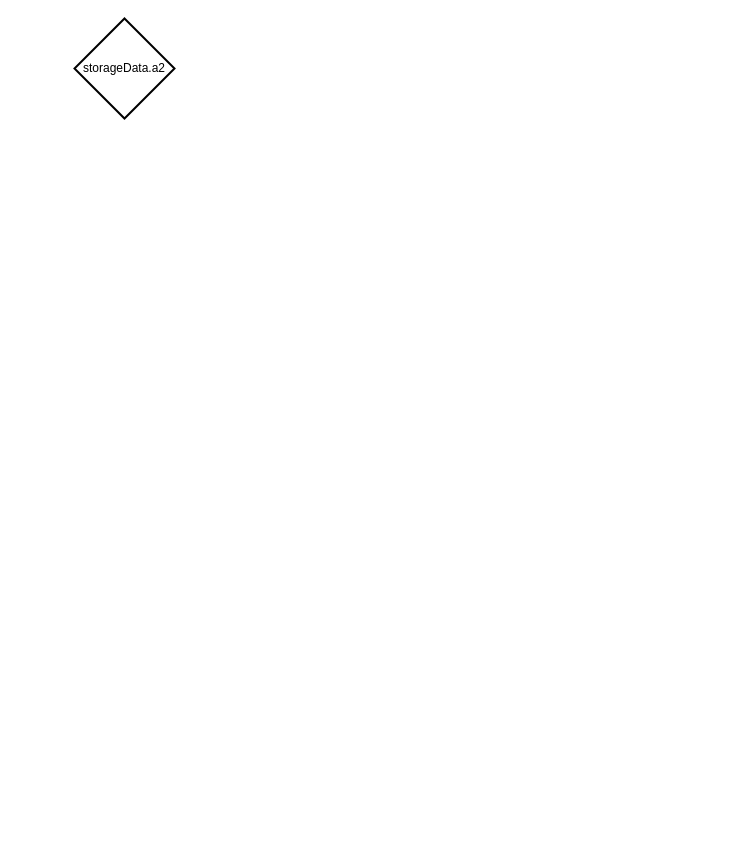
Above: Untitled Diagram.drawio in linjiyeah/flowchart (draw.io), before the change. Source tidied: cells renumbered, new cells numbered last; positions are measured from the earlier drawing's top-left corner, leaving out a move shared by most shapes. Both pictures are drawn from the tidied source at 100%, with x=0, y=0 at pixel (74, 18).
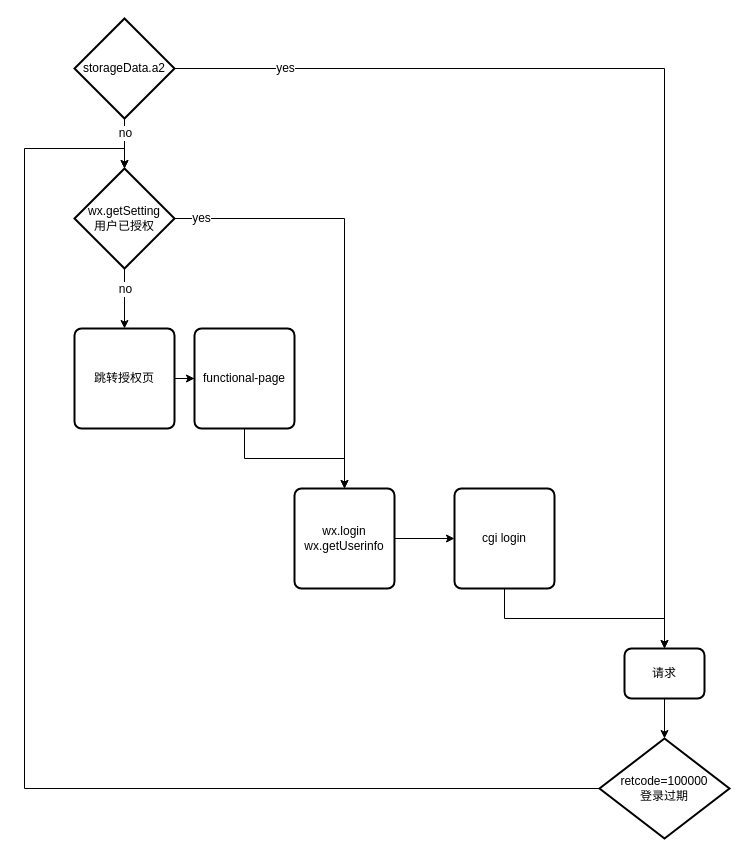
After the change.

The edit, as a diff of the source:
```diff
@@
+    <mxCell id="3" style="edgeStyle=orthogonalEdgeStyle;rounded=0;jettySize=auto;html=1;exitX=1;exitY=0.5;exitDx=0;exitDy=0;exitPerimeter=0;entryX=0.5;entryY=1;entryDx=0;entryDy=0;shadow=0;" parent="1" edge="1" source="2" target="8">
+      <mxGeometry relative="1" as="geometry" />
+    </mxCell>
+    <mxCell id="4" value="yes" style="text;html=1;align=center;verticalAlign=middle;labelBackgroundColor=#ffffff;shadow=0;" parent="3" vertex="1">
+      <mxGeometry x="-0.56" y="1" relative="1" as="geometry">
+        <mxPoint x="-124.5" y="0.5" as="offset" />
+      </mxGeometry>
+    </mxCell>
+    <mxCell id="5" style="edgeStyle=orthogonalEdgeStyle;rounded=0;jettySize=auto;html=1;exitX=0.5;exitY=1;exitDx=0;exitDy=0;exitPerimeter=0;shadow=0;" parent="1" edge="1" source="2" target="13">
+      <mxGeometry relative="1" as="geometry" />
+    </mxCell>
+    <mxCell id="6" value="no" style="text;html=1;align=center;verticalAlign=middle;labelBackgroundColor=#ffffff;shadow=0;" parent="5" vertex="1">
+      <mxGeometry x="0.22" relative="1" as="geometry">
+        <mxPoint y="-17" as="offset" />
+      </mxGeometry>
+    </mxCell>
-    <mxCell id="2" value="storageData.a2" style="strokeWidth=2;html=1;shape=mxgraph.flowchart.decision;whiteSpace=wrap;" parent="1" vertex="1">
+    <mxCell id="2" value="storageData.a2" style="strokeWidth=2;html=1;shape=mxgraph.flowchart.decision;whiteSpace=wrap;shadow=0;" parent="1" vertex="1">
       <mxGeometry width="100" height="100" as="geometry" />
     </mxCell>
+    <mxCell id="7" style="edgeStyle=orthogonalEdgeStyle;rounded=0;jettySize=auto;html=1;shadow=0;" parent="1" edge="1" source="8" target="23">
+      <mxGeometry relative="1" as="geometry" />
+    </mxCell>
+    <mxCell id="8" value="请求" style="rounded=1;whiteSpace=wrap;html=1;absoluteArcSize=1;arcSize=14;strokeWidth=2;shadow=0;direction=west;" parent="1" vertex="1">
+      <mxGeometry x="550" y="630" width="80" height="50" as="geometry" />
+    </mxCell>
+    <mxCell id="9" style="edgeStyle=orthogonalEdgeStyle;rounded=0;jettySize=auto;html=1;exitX=1;exitY=0.5;exitDx=0;exitDy=0;exitPerimeter=0;entryX=0.5;entryY=0;entryDx=0;entryDy=0;shadow=0;" parent="1" edge="1" source="13" target="15">
+      <mxGeometry relative="1" as="geometry" />
+    </mxCell>
+    <mxCell id="10" value="yes" style="text;html=1;align=center;verticalAlign=middle;labelBackgroundColor=#ffffff;" parent="9" vertex="1">
+      <mxGeometry x="-0.88" y="1" relative="1" as="geometry" />
+    </mxCell>
+    <mxCell id="11" style="edgeStyle=orthogonalEdgeStyle;rounded=0;jettySize=auto;html=1;shadow=0;" parent="1" edge="1" source="13" target="19">
+      <mxGeometry relative="1" as="geometry" />
+    </mxCell>
+    <mxCell id="12" value="no" style="text;html=1;align=center;verticalAlign=middle;labelBackgroundColor=#ffffff;" parent="11" vertex="1">
+      <mxGeometry x="-0.24" relative="1" as="geometry">
+        <mxPoint y="-2.5" as="offset" />
+      </mxGeometry>
+    </mxCell>
+    <mxCell id="13" value="&lt;span style=&quot;white-space: normal&quot;&gt;wx.getSetting&lt;/span&gt;&lt;br style=&quot;white-space: normal&quot;&gt;&lt;span style=&quot;white-space: normal&quot;&gt;用户已授权&lt;/span&gt;" style="strokeWidth=2;html=1;shape=mxgraph.flowchart.decision;whiteSpace=wrap;shadow=0;" parent="1" vertex="1">
+      <mxGeometry y="150" width="100" height="100" as="geometry" />
+    </mxCell>
+    <mxCell id="14" style="edgeStyle=orthogonalEdgeStyle;rounded=0;jettySize=auto;html=1;shadow=0;" parent="1" edge="1" source="15" target="17">
+      <mxGeometry relative="1" as="geometry" />
+    </mxCell>
+    <mxCell id="15" value="wx.login&lt;br&gt;wx.getUserinfo" style="rounded=1;whiteSpace=wrap;html=1;absoluteArcSize=1;arcSize=14;strokeWidth=2;shadow=0;" parent="1" vertex="1">
+      <mxGeometry x="220" y="470" width="100" height="100" as="geometry" />
+    </mxCell>
+    <mxCell id="16" style="edgeStyle=orthogonalEdgeStyle;rounded=0;jettySize=auto;html=1;exitX=0.5;exitY=1;exitDx=0;exitDy=0;entryX=0.5;entryY=1;entryDx=0;entryDy=0;shadow=0;" parent="1" edge="1" source="17" target="8">
+      <mxGeometry relative="1" as="geometry" />
+    </mxCell>
+    <mxCell id="17" value="cgi login" style="rounded=1;whiteSpace=wrap;html=1;absoluteArcSize=1;arcSize=14;strokeWidth=2;shadow=0;" parent="1" vertex="1">
+      <mxGeometry x="380" y="470" width="100" height="100" as="geometry" />
+    </mxCell>
+    <mxCell id="18" style="edgeStyle=orthogonalEdgeStyle;rounded=0;jettySize=auto;html=1;shadow=0;" parent="1" edge="1" source="19" target="21">
+      <mxGeometry relative="1" as="geometry" />
+    </mxCell>
+    <mxCell id="19" value="跳转授权页" style="rounded=1;whiteSpace=wrap;html=1;absoluteArcSize=1;arcSize=14;strokeWidth=2;shadow=0;" parent="1" vertex="1">
+      <mxGeometry y="310" width="100" height="100" as="geometry" />
+    </mxCell>
+    <mxCell id="20" style="edgeStyle=orthogonalEdgeStyle;rounded=0;jettySize=auto;html=1;exitX=0.5;exitY=1;exitDx=0;exitDy=0;entryX=0.5;entryY=0;entryDx=0;entryDy=0;shadow=0;" parent="1" edge="1" source="21" target="15">
+      <mxGeometry relative="1" as="geometry" />
+    </mxCell>
+    <mxCell id="21" value="functional-page" style="rounded=1;whiteSpace=wrap;html=1;absoluteArcSize=1;arcSize=14;strokeWidth=2;shadow=0;" parent="1" vertex="1">
+      <mxGeometry x="120" y="310" width="100" height="100" as="geometry" />
+    </mxCell>
+    <mxCell id="22" style="edgeStyle=orthogonalEdgeStyle;rounded=0;jettySize=auto;html=1;exitX=0;exitY=0.5;exitDx=0;exitDy=0;exitPerimeter=0;entryX=0.5;entryY=0;entryDx=0;entryDy=0;entryPerimeter=0;shadow=0;" parent="1" edge="1" source="23" target="13">
+      <mxGeometry relative="1" as="geometry">
+        <Array as="points">
+          <mxPoint x="-50" y="770" />
+          <mxPoint x="-50" y="130" />
+          <mxPoint x="50" y="130" />
+        </Array>
+      </mxGeometry>
+    </mxCell>
+    <mxCell id="23" value="retcode=100000&lt;br&gt;登录过期" style="strokeWidth=2;html=1;shape=mxgraph.flowchart.decision;whiteSpace=wrap;shadow=0;" parent="1" vertex="1">
+      <mxGeometry x="525" y="720" width="130" height="100" as="geometry" />
+    </mxCell>
```
